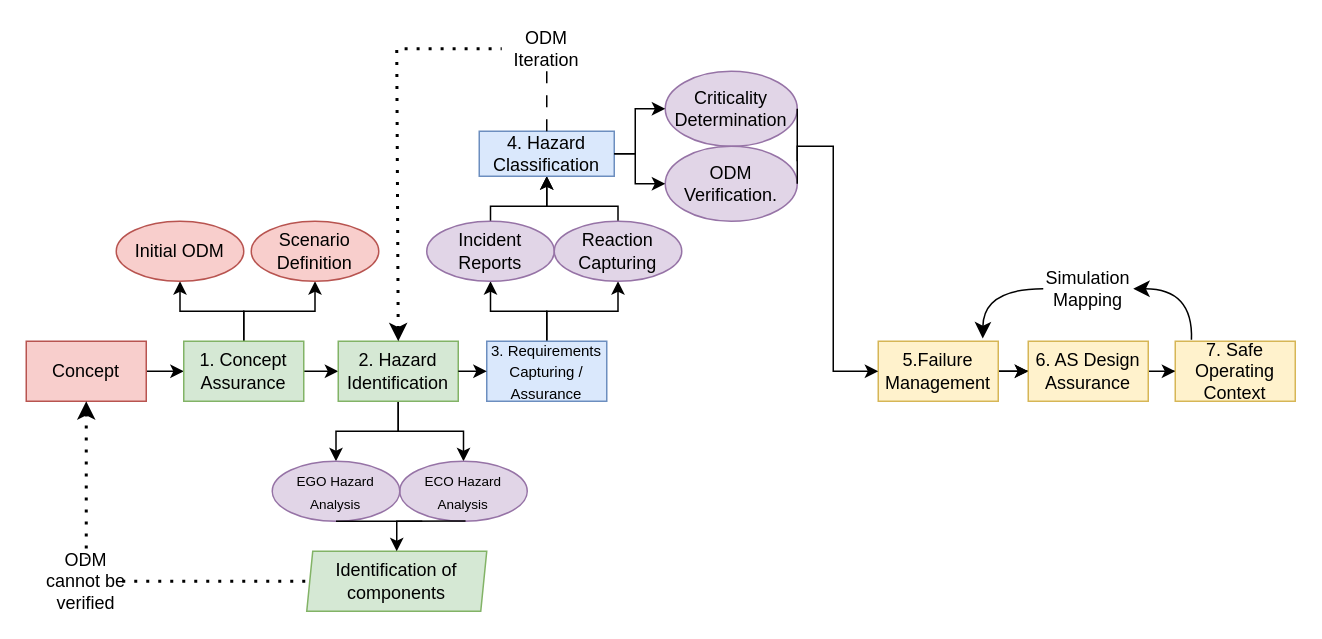
Before: Overview/SACRED.drawio in TortoiseFather/SACRED, a draw.io diagram. Source tidied: cells renumbered, new cells numbered last; positions are measured from the earlier drawing's top-left corner, leaving out a move shared by most shapes. Both pictures are drawn from the tidied source at 150%, with x=0, y=0 at pixel (26, 26).
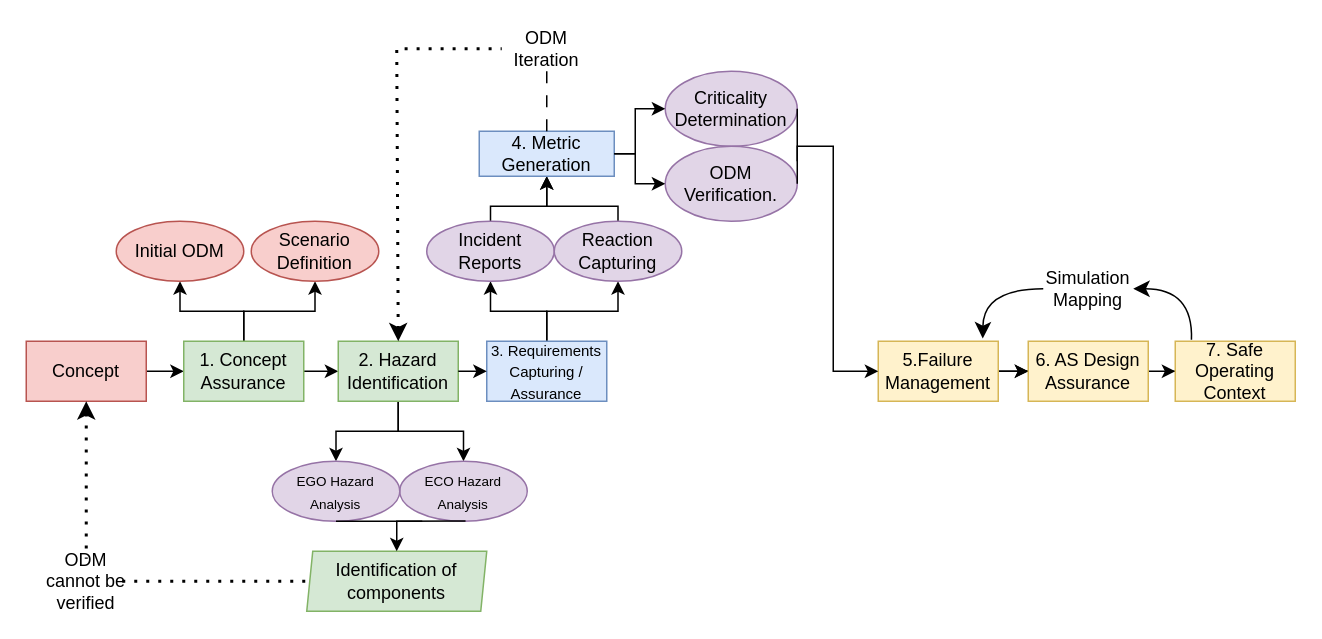
The same page after the edit.

Diff of the diagram source:
```diff
@@
-    <mxCell id="26" value="4. Hazard Classification" style="whiteSpace=wrap;html=1;fillColor=#dae8fc;strokeColor=#6c8ebf;" parent="1" vertex="1">
+    <mxCell id="26" value="4. Metric Generation" style="whiteSpace=wrap;html=1;fillColor=#dae8fc;strokeColor=#6c8ebf;" parent="1" vertex="1">
       <mxGeometry x="302" y="70" width="90" height="30" as="geometry" />
     </mxCell>
```
